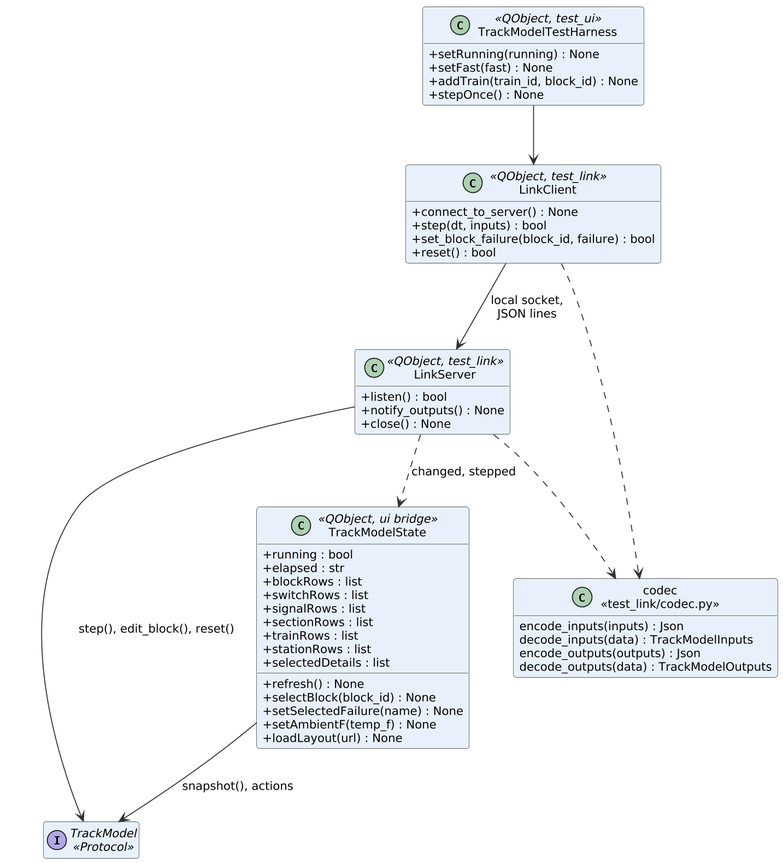
Before: documents/uml/track_model/05_class_ui.png, a diagram exported from PlantUML (Landiss04/Track-Overflow).
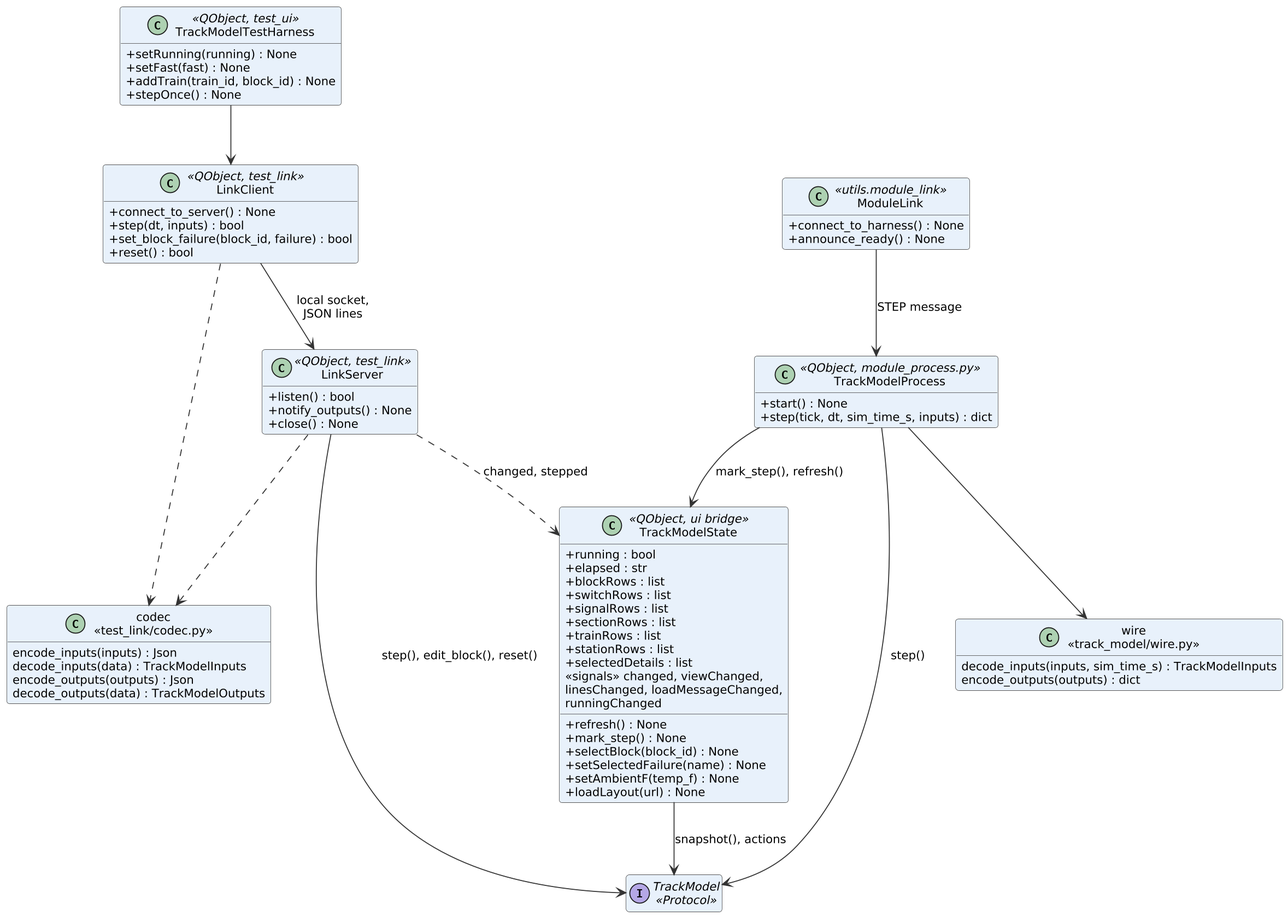
After the commit.

Diff of the diagram source:
```diff
@@ -24,10 +24,14 @@
   +stationRows : list
   +selectedDetails : list
   +refresh() : None
+  +mark_step() : None
   +selectBlock(block_id) : None
   +setSelectedFailure(name) : None
   +setAmbientF(temp_f) : None
   +loadLayout(url) : None
+  <<signals>> changed, viewChanged,
+  linesChanged, loadMessageChanged,
+  runningChanged
 }
 class LinkServer <<QObject, test_link>> {
   +listen() : bool
@@ -46,6 +50,18 @@
   +addTrain(train_id, block_id) : None
   +stepOnce() : None
 }
+class TrackModelProcess <<QObject, module_process.py>> {
+  +start() : None
+  +step(tick, dt, sim_time_s, inputs) : dict
+}
+class ModuleLink <<utils.module_link>> {
+  +connect_to_harness() : None
+  +announce_ready() : None
+}
+class "wire\n<<track_model/wire.py>>" as WI {
+  decode_inputs(inputs, sim_time_s) : TrackModelInputs
+  encode_outputs(outputs) : dict
+}
 class "codec\n<<test_link/codec.py>>" as CD {
   encode_inputs(inputs) : Json
   decode_inputs(data) : TrackModelInputs
@@ -58,5 +74,9 @@
 LinkClient ..> CD
 LinkClient --> LinkServer : local socket,\nJSON lines
 TrackModelTestHarness --> LinkClient
+ModuleLink --> TrackModelProcess : STEP message
+TrackModelProcess --> WI
+TrackModelProcess --> P : step()
+TrackModelProcess --> TrackModelState : mark_step(), refresh()
 LinkServer ..> TrackModelState : changed, stepped
 @enduml
```
